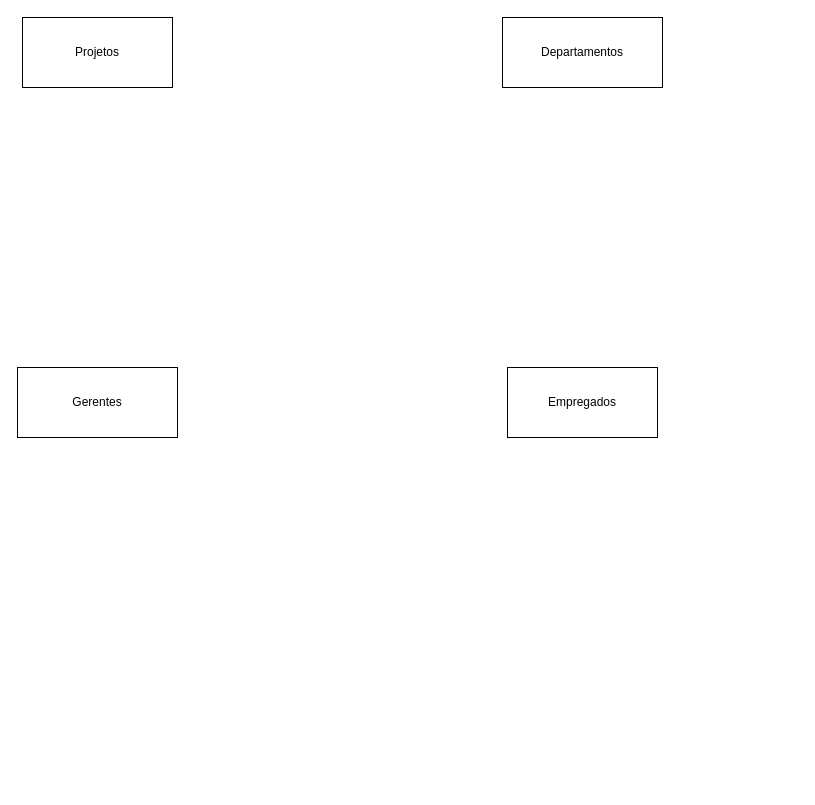
The draw.io diagram Q4 Normalizacao.drawio in J4oG/NormalizationExercise, before the edit. Source tidied: cells renumbered, new cells numbered last; positions are measured from the earlier drawing's top-left corner, leaving out a move shared by most shapes. Both pictures are drawn from the tidied source at 100%, with x=0, y=0 at pixel (17, 17).
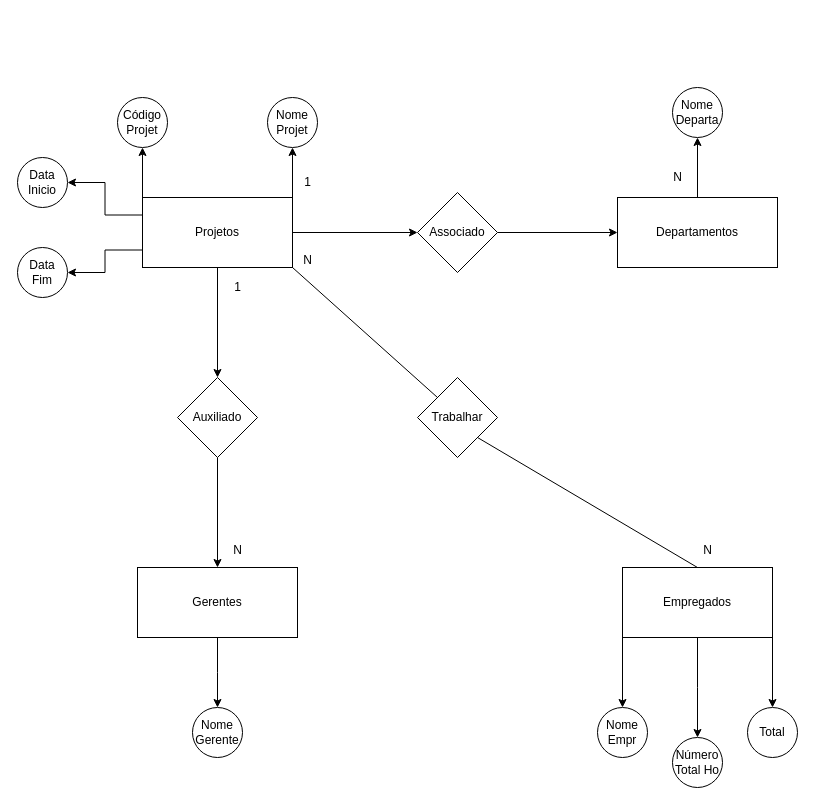
After the change.

Diff of the diagram source:
```diff
@@
+    <mxCell id="6" style="edgeStyle=orthogonalEdgeStyle;rounded=0;jettySize=auto;html=1;exitX=0.5;exitY=1;exitDx=0;exitDy=0;entryX=0.5;entryY=0;entryDx=0;entryDy=0;" parent="1" edge="1" source="2" target="18">
+      <mxGeometry relative="1" as="geometry" />
+    </mxCell>
+    <mxCell id="7" style="edgeStyle=orthogonalEdgeStyle;rounded=0;jettySize=auto;html=1;exitX=1;exitY=0.5;exitDx=0;exitDy=0;" parent="1" edge="1" source="2" target="20">
+      <mxGeometry relative="1" as="geometry" />
+    </mxCell>
+    <mxCell id="8" style="edgeStyle=orthogonalEdgeStyle;rounded=0;jettySize=auto;html=1;exitX=0;exitY=0;exitDx=0;exitDy=0;entryX=0.5;entryY=1;entryDx=0;entryDy=0;" parent="1" edge="1" source="2" target="24">
+      <mxGeometry relative="1" as="geometry" />
+    </mxCell>
+    <mxCell id="9" style="edgeStyle=orthogonalEdgeStyle;rounded=0;jettySize=auto;html=1;exitX=1;exitY=0;exitDx=0;exitDy=0;entryX=0.5;entryY=1;entryDx=0;entryDy=0;" parent="1" edge="1" source="2" target="25">
+      <mxGeometry relative="1" as="geometry" />
+    </mxCell>
+    <mxCell id="10" style="edgeStyle=orthogonalEdgeStyle;rounded=0;jettySize=auto;html=1;exitX=0;exitY=0.25;exitDx=0;exitDy=0;entryX=1;entryY=0.5;entryDx=0;entryDy=0;" parent="1" edge="1" source="2" target="26">
+      <mxGeometry relative="1" as="geometry" />
+    </mxCell>
+    <mxCell id="11" style="edgeStyle=orthogonalEdgeStyle;rounded=0;jettySize=auto;html=1;exitX=0;exitY=0.75;exitDx=0;exitDy=0;entryX=1;entryY=0.5;entryDx=0;entryDy=0;" parent="1" edge="1" source="2" target="27">
+      <mxGeometry relative="1" as="geometry" />
+    </mxCell>
     <mxCell id="2" value="Projetos" style="rounded=0;whiteSpace=wrap;html=1;" parent="1" vertex="1">
-      <mxGeometry x="5" width="150" height="70" as="geometry" />
+      <mxGeometry x="125" y="180" width="150" height="70" as="geometry" />
     </mxCell>
+    <mxCell id="12" style="edgeStyle=orthogonalEdgeStyle;rounded=0;jettySize=auto;html=1;exitX=0;exitY=1;exitDx=0;exitDy=0;entryX=0.5;entryY=0;entryDx=0;entryDy=0;" parent="1" edge="1" source="3" target="30">
+      <mxGeometry relative="1" as="geometry" />
+    </mxCell>
+    <mxCell id="13" style="edgeStyle=orthogonalEdgeStyle;rounded=0;jettySize=auto;html=1;exitX=1;exitY=1;exitDx=0;exitDy=0;entryX=0.5;entryY=0;entryDx=0;entryDy=0;" parent="1" edge="1" source="3" target="31">
+      <mxGeometry relative="1" as="geometry" />
+    </mxCell>
+    <mxCell id="14" style="edgeStyle=orthogonalEdgeStyle;rounded=0;jettySize=auto;html=1;exitX=0.5;exitY=1;exitDx=0;exitDy=0;" parent="1" edge="1" source="3">
+      <mxGeometry relative="1" as="geometry">
+        <mxPoint x="680" y="720" as="targetPoint" />
+      </mxGeometry>
+    </mxCell>
     <mxCell id="3" value="Empregados" style="rounded=0;whiteSpace=wrap;html=1;" parent="1" vertex="1">
-      <mxGeometry x="490" y="350" width="150" height="70" as="geometry" />
+      <mxGeometry x="605" y="550" width="150" height="70" as="geometry" />
     </mxCell>
+    <mxCell id="15" style="edgeStyle=orthogonalEdgeStyle;rounded=0;jettySize=auto;html=1;exitX=0.5;exitY=1;exitDx=0;exitDy=0;" parent="1" edge="1" source="4">
+      <mxGeometry relative="1" as="geometry">
+        <mxPoint x="200" y="690" as="targetPoint" />
+      </mxGeometry>
+    </mxCell>
     <mxCell id="4" value="Gerentes" style="rounded=0;whiteSpace=wrap;html=1;" parent="1" vertex="1">
-      <mxGeometry y="350" width="160" height="70" as="geometry" />
+      <mxGeometry x="120" y="550" width="160" height="70" as="geometry" />
     </mxCell>
+    <mxCell id="16" style="edgeStyle=orthogonalEdgeStyle;rounded=0;jettySize=auto;html=1;exitX=0.5;exitY=0;exitDx=0;exitDy=0;entryX=0.5;entryY=1;entryDx=0;entryDy=0;" parent="1" edge="1" source="5" target="28">
+      <mxGeometry relative="1" as="geometry" />
+    </mxCell>
     <mxCell id="5" value="Departamentos" style="rounded=0;whiteSpace=wrap;html=1;" parent="1" vertex="1">
-      <mxGeometry x="485" width="160" height="70" as="geometry" />
+      <mxGeometry x="600" y="180" width="160" height="70" as="geometry" />
     </mxCell>
+    <mxCell id="17" style="edgeStyle=orthogonalEdgeStyle;rounded=0;jettySize=auto;html=1;exitX=0.5;exitY=1;exitDx=0;exitDy=0;" parent="1" edge="1" source="18" target="4">
+      <mxGeometry relative="1" as="geometry" />
+    </mxCell>
+    <mxCell id="18" value="Auxiliado" style="rhombus;whiteSpace=wrap;html=1;" parent="1" vertex="1">
+      <mxGeometry x="160" y="360" width="80" height="80" as="geometry" />
+    </mxCell>
+    <mxCell id="19" style="edgeStyle=orthogonalEdgeStyle;rounded=0;jettySize=auto;html=1;exitX=1;exitY=0.5;exitDx=0;exitDy=0;" parent="1" edge="1" source="20" target="5">
+      <mxGeometry relative="1" as="geometry" />
+    </mxCell>
+    <mxCell id="20" value="Associado" style="rhombus;whiteSpace=wrap;html=1;" parent="1" vertex="1">
+      <mxGeometry x="400" y="175" width="80" height="80" as="geometry" />
+    </mxCell>
+    <mxCell id="21" value="Trabalhar" style="rhombus;whiteSpace=wrap;html=1;" parent="1" vertex="1">
+      <mxGeometry x="400" y="360" width="80" height="80" as="geometry" />
+    </mxCell>
+    <mxCell id="22" style="endArrow=none;html=1;rounded=0;exitX=1;exitY=1;exitDx=0;exitDy=0;entryX=0;entryY=0;entryDx=0;entryDy=0;" parent="1" edge="1" source="2" target="21">
+      <mxGeometry relative="1" as="geometry" />
+    </mxCell>
+    <mxCell id="23" style="endArrow=none;html=1;rounded=0;entryX=0.5;entryY=0;entryDx=0;entryDy=0;" parent="1" edge="1" target="3">
+      <mxGeometry relative="1" as="geometry">
+        <mxPoint x="460" y="420" as="sourcePoint" />
+      </mxGeometry>
+    </mxCell>
+    <mxCell id="24" value="Código&lt;br&gt;Projet" style="ellipse;whiteSpace=wrap;html=1;" parent="1" vertex="1">
+      <mxGeometry x="100" y="80" width="50" height="50" as="geometry" />
+    </mxCell>
+    <mxCell id="25" value="Nome&lt;br&gt;Projet" style="ellipse;whiteSpace=wrap;html=1;" parent="1" vertex="1">
+      <mxGeometry x="250" y="80" width="50" height="50" as="geometry" />
+    </mxCell>
+    <mxCell id="26" value="Data&lt;br&gt;Inicio" style="ellipse;whiteSpace=wrap;html=1;" parent="1" vertex="1">
+      <mxGeometry y="140" width="50" height="50" as="geometry" />
+    </mxCell>
+    <mxCell id="27" value="Data&lt;br&gt;Fim" style="ellipse;whiteSpace=wrap;html=1;" parent="1" vertex="1">
+      <mxGeometry y="230" width="50" height="50" as="geometry" />
+    </mxCell>
+    <mxCell id="28" value="Nome&lt;br&gt;Departa" style="ellipse;whiteSpace=wrap;html=1;" parent="1" vertex="1">
+      <mxGeometry x="655" y="70" width="50" height="50" as="geometry" />
+    </mxCell>
+    <mxCell id="29" value="Nome&lt;br&gt;Gerente" style="ellipse;whiteSpace=wrap;html=1;" parent="1" vertex="1">
+      <mxGeometry x="175" y="690" width="50" height="50" as="geometry" />
+    </mxCell>
+    <mxCell id="30" value="Nome&lt;br&gt;Empr" style="ellipse;whiteSpace=wrap;html=1;" parent="1" vertex="1">
+      <mxGeometry x="580" y="690" width="50" height="50" as="geometry" />
+    </mxCell>
+    <mxCell id="31" value="Total" style="ellipse;whiteSpace=wrap;html=1;" parent="1" vertex="1">
+      <mxGeometry x="730" y="690" width="50" height="50" as="geometry" />
+    </mxCell>
+    <mxCell id="32" value="Número&lt;br&gt;Total Ho" style="ellipse;whiteSpace=wrap;html=1;" parent="1" vertex="1">
+      <mxGeometry x="655" y="720" width="50" height="50" as="geometry" />
+    </mxCell>
+    <mxCell id="33" value="1" style="text;html=1;align=center;verticalAlign=middle;strokeColor=none;fillColor=none;" parent="1" vertex="1">
+      <mxGeometry x="275" y="150" width="30" height="30" as="geometry" />
+    </mxCell>
+    <mxCell id="34" value="N" style="text;html=1;align=center;verticalAlign=middle;strokeColor=none;fillColor=none;" parent="1" vertex="1">
+      <mxGeometry x="645" y="145" width="30" height="30" as="geometry" />
+    </mxCell>
+    <mxCell id="35" value="1" style="text;html=1;align=center;verticalAlign=middle;strokeColor=none;fillColor=none;" parent="1" vertex="1">
+      <mxGeometry x="205" y="255" width="30" height="30" as="geometry" />
+    </mxCell>
+    <mxCell id="36" value="N" style="text;html=1;align=center;verticalAlign=middle;strokeColor=none;fillColor=none;" parent="1" vertex="1">
+      <mxGeometry x="205" y="518" width="30" height="30" as="geometry" />
+    </mxCell>
+    <mxCell id="37" value="N" style="text;html=1;align=center;verticalAlign=middle;strokeColor=none;fillColor=none;" parent="1" vertex="1">
+      <mxGeometry x="275" y="228" width="30" height="30" as="geometry" />
+    </mxCell>
+    <mxCell id="38" value="N" style="text;html=1;align=center;verticalAlign=middle;strokeColor=none;fillColor=none;" parent="1" vertex="1">
+      <mxGeometry x="675" y="518" width="30" height="30" as="geometry" />
+    </mxCell>
```
